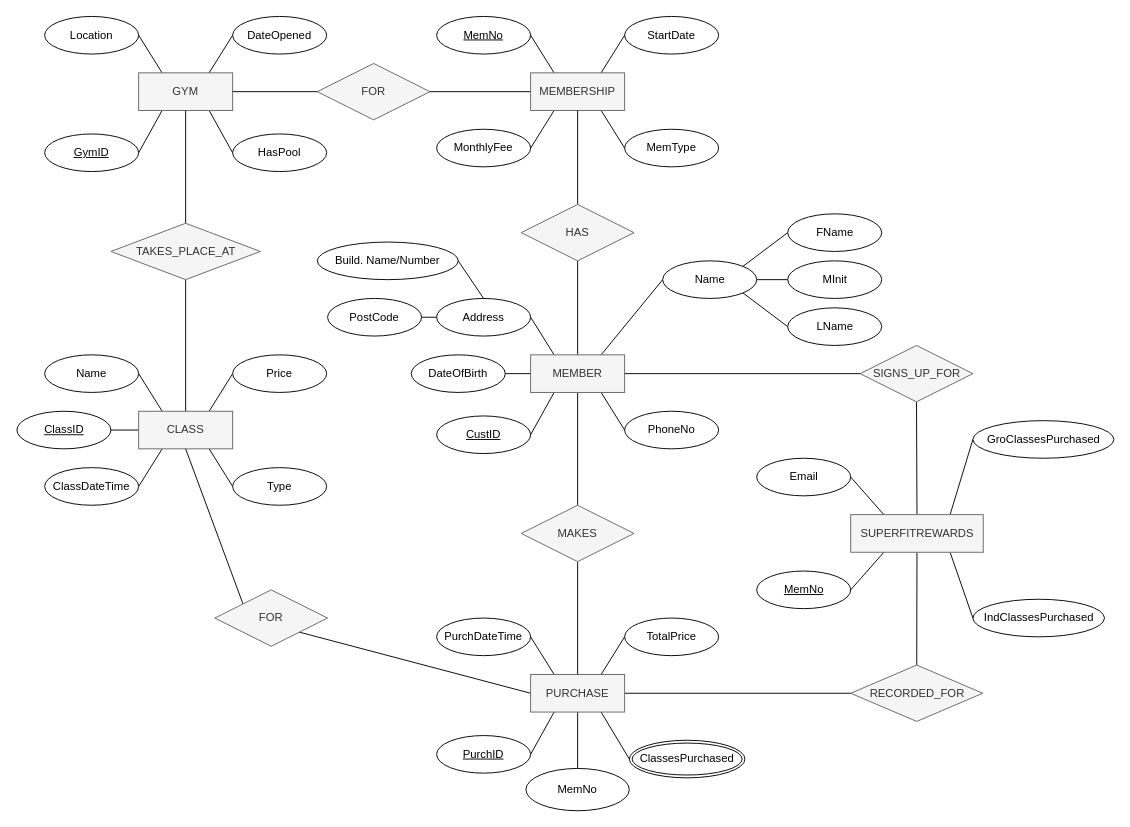
Before: DBS CW1.drawio in fullytanaka/UML-ER, a draw.io diagram. Source tidied: cells renumbered, new cells numbered last; positions are measured from the earlier drawing's top-left corner, leaving out a move shared by most shapes. Both pictures are drawn from the tidied source at 94%, with x=0, y=0 at pixel (16, 16).
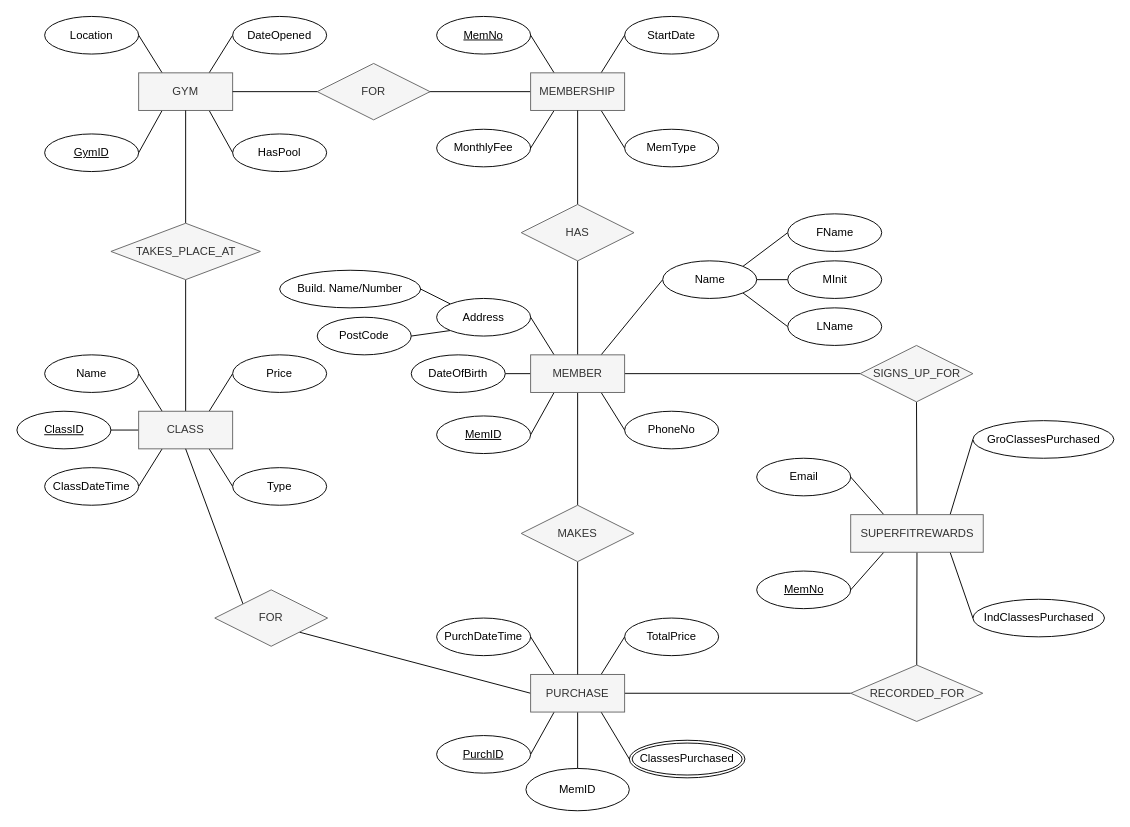
After the change.

Unchanged cells that the change refers to:
```xml
<mxCell id="27" value="Address" style="ellipse;whiteSpace=wrap;html=1;align=center;" parent="1" vertex="1">
  <mxGeometry x="447" y="300" width="100" height="40" as="geometry" />
</mxCell>
```

Diff of the diagram source:
```diff
@@
-    <mxCell id="25" style="edgeStyle=none;jettySize=auto;html=1;exitX=0;exitY=0.5;exitDx=0;exitDy=0;entryX=1;entryY=0.5;entryDx=0;entryDy=0;endArrow=none;endFill=0;strokeColor=#000000;" parent="1" edge="1" source="27" target="92">
+    <mxCell id="25" style="edgeStyle=none;jettySize=auto;html=1;exitX=0;exitY=1;exitDx=0;exitDy=0;entryX=1;entryY=0.5;entryDx=0;entryDy=0;endArrow=none;endFill=0;strokeColor=#000000;" parent="1" edge="1" source="27" target="92">
       <mxGeometry relative="1" as="geometry" />
     </mxCell>
-    <mxCell id="26" style="edgeStyle=none;jettySize=auto;html=1;exitX=0.5;exitY=0;exitDx=0;exitDy=0;entryX=1;entryY=0.5;entryDx=0;entryDy=0;endArrow=none;endFill=0;strokeColor=#000000;" parent="1" edge="1" source="27" target="91">
+    <mxCell id="26" style="edgeStyle=none;jettySize=auto;html=1;exitX=0;exitY=0;exitDx=0;exitDy=0;entryX=1;entryY=0.5;entryDx=0;entryDy=0;endArrow=none;endFill=0;strokeColor=#000000;" parent="1" edge="1" source="27" target="91">
       <mxGeometry relative="1" as="geometry" />
     </mxCell>
@@
-    <mxCell id="28" value="CustID" style="ellipse;whiteSpace=wrap;html=1;align=center;fontStyle=4;" parent="1" vertex="1">
+    <mxCell id="28" value="MemID" style="ellipse;whiteSpace=wrap;html=1;align=center;fontStyle=4;" parent="1" vertex="1">
       <mxGeometry x="447" y="425" width="100" height="40" as="geometry" />
     </mxCell>
@@
-    <mxCell id="66" value="MemNo" style="ellipse;whiteSpace=wrap;html=1;align=center;" parent="1" vertex="1">
+    <mxCell id="66" value="MemID" style="ellipse;whiteSpace=wrap;html=1;align=center;" parent="1" vertex="1">
       <mxGeometry x="542" y="800" width="110" height="45" as="geometry" />
     </mxCell>
@@
     <mxCell id="91" value="Build. Name/Number" style="ellipse;whiteSpace=wrap;html=1;align=center;" parent="1" vertex="1">
-      <mxGeometry x="320" y="240" width="150" height="40" as="geometry" />
+      <mxGeometry x="280" y="270" width="150" height="40" as="geometry" />
     </mxCell>
     <mxCell id="92" value="PostCode" style="ellipse;whiteSpace=wrap;html=1;align=center;" parent="1" vertex="1">
-      <mxGeometry x="331" y="300" width="100" height="40" as="geometry" />
+      <mxGeometry x="320" y="320" width="100" height="40" as="geometry" />
     </mxCell>
```
